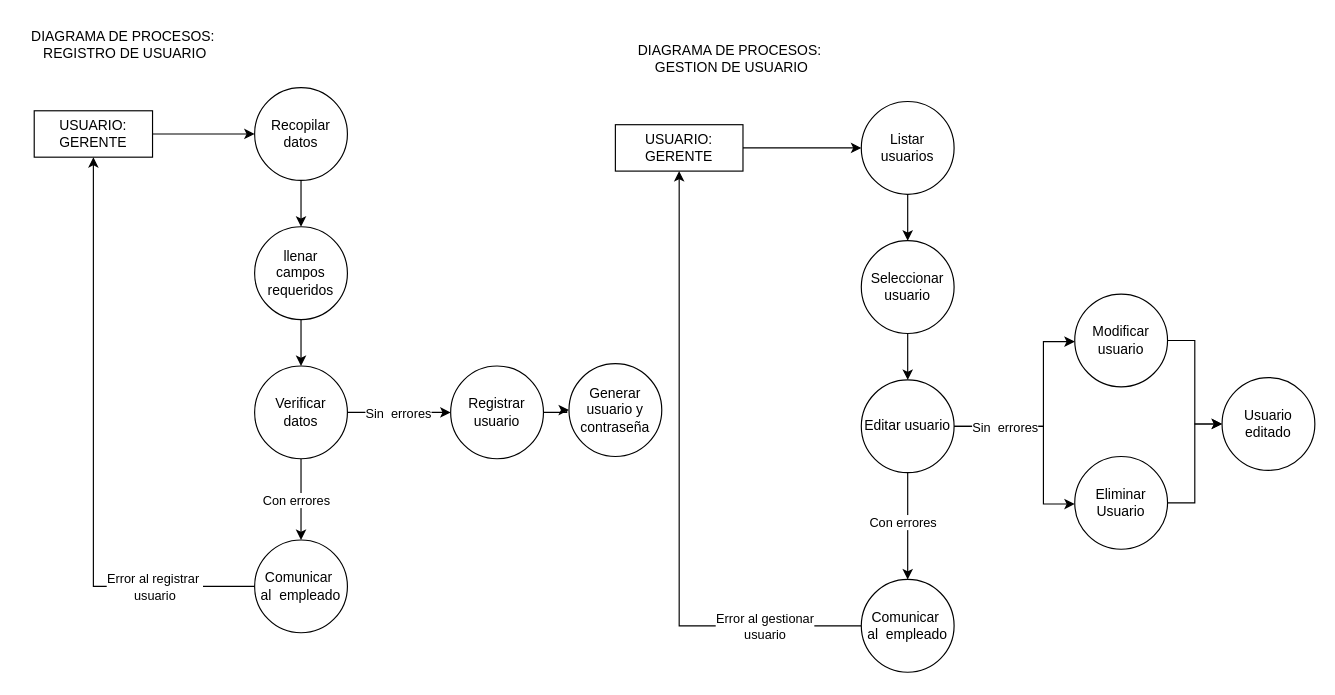
DevMaik-Droid/SistemaVentas keeps this draw.io diagram as page "REGISTRAR USUARIO" (2 of 6) of diagrama de procesos/Diagrama de procesos.drawio. Above is the earlier version. Source tidied: cells renumbered, new cells numbered last; positions are measured from the earlier drawing's top-left corner, leaving out a move shared by most shapes. Both pictures are drawn from the tidied source at 116%, with x=0, y=0 at pixel (20, 20).
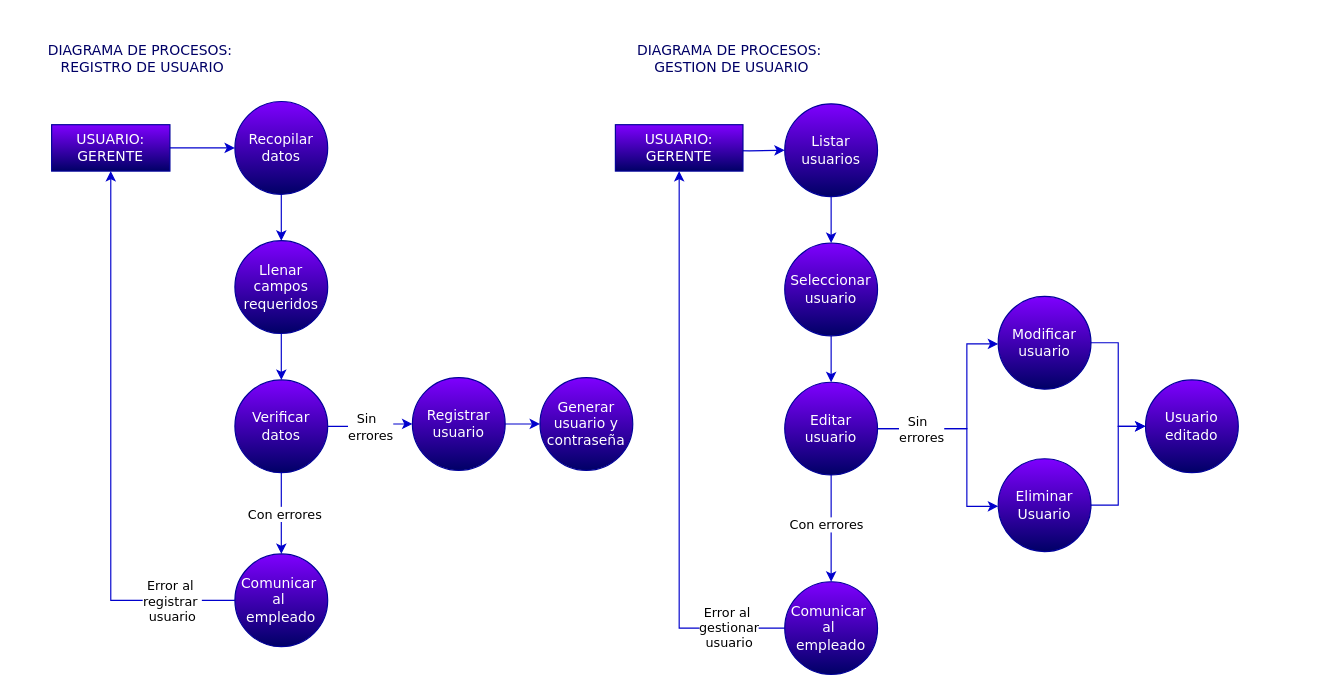
Above is the later version.

The edit, as a diff of the source:
```diff
@@
-<mxGraphModel>
+<mxGraphModel background="#ffffff">
@@
-    <mxCell id="2" value="DIAGRAMA DE PROCESOS:&amp;nbsp;&lt;div&gt;&lt;span style=&quot;background-color: initial;&quot;&gt;REGISTRO DE USUARIO&lt;/span&gt;&lt;/div&gt;" style="text;html=1;align=center;verticalAlign=middle;strokeColor=none;fillColor=none;" parent="1" vertex="1">
-      <mxGeometry width="179" height="41" as="geometry" />
+    <mxCell id="2" value="DIAGRAMA DE PROCESOS:&amp;nbsp;&lt;div&gt;&lt;span style=&quot;background-color: initial;&quot;&gt;REGISTRO DE USUARIO&lt;/span&gt;&lt;/div&gt;" style="text;html=1;align=center;verticalAlign=middle;strokeColor=none;fillColor=none;fontFamily=Verdana;fontColor=#000066;" parent="1" vertex="1">
+      <mxGeometry x="12" y="12" width="186" height="41" as="geometry" />
     </mxCell>
-    <mxCell id="3" style="edgeStyle=orthogonalEdgeStyle;rounded=0;jettySize=auto;html=1;" parent="1" edge="1" source="4" target="6">
+    <mxCell id="3" style="edgeStyle=orthogonalEdgeStyle;rounded=0;jettySize=auto;html=1;labelBorderColor=none;fontFamily=Verdana;strokeColor=#0000CC;" parent="1" edge="1" source="4" target="6">
       <mxGeometry relative="1" as="geometry" />
     </mxCell>
-    <mxCell id="4" value="USUARIO:&lt;div&gt;GERENTE&lt;/div&gt;" style="whiteSpace=wrap;html=1;" parent="1" vertex="1">
-      <mxGeometry x="12" y="78" width="102" height="40" as="geometry" />
+    <mxCell id="4" value="USUARIO:&lt;div&gt;GERENTE&lt;/div&gt;" style="whiteSpace=wrap;html=1;labelBorderColor=none;strokeColor=#000099;fillColor=#7F00FF;fontColor=#ffffff;fontFamily=Verdana;gradientColor=#000066;" parent="1" vertex="1">
+      <mxGeometry x="27" y="90" width="102" height="40" as="geometry" />
     </mxCell>
-    <mxCell id="5" style="edgeStyle=orthogonalEdgeStyle;rounded=0;jettySize=auto;html=1;" parent="1" edge="1" source="6" target="18">
+    <mxCell id="5" style="edgeStyle=orthogonalEdgeStyle;rounded=0;jettySize=auto;html=1;labelBorderColor=none;fontFamily=Verdana;strokeColor=#0000CC;" parent="1" edge="1" source="6" target="18">
       <mxGeometry relative="1" as="geometry" />
     </mxCell>
-    <mxCell id="6" value="&lt;div&gt;Recopilar&lt;/div&gt;&lt;div&gt;datos&lt;/div&gt;" style="ellipse;whiteSpace=wrap;html=1;" parent="1" vertex="1">
-      <mxGeometry x="202" y="58" width="80" height="80" as="geometry" />
+    <mxCell id="6" value="&lt;div&gt;Recopilar&lt;/div&gt;&lt;div&gt;datos&lt;/div&gt;" style="ellipse;whiteSpace=wrap;html=1;labelBorderColor=none;strokeColor=#000099;fillColor=#7F00FF;fontColor=#ffffff;fontFamily=Verdana;gradientColor=#000066;" parent="1" vertex="1">
+      <mxGeometry x="185" y="70" width="80" height="80" as="geometry" />
     </mxCell>
-    <mxCell id="7" style="edgeStyle=orthogonalEdgeStyle;rounded=0;jettySize=auto;html=1;" parent="1" edge="1" source="11" target="14">
+    <mxCell id="7" style="edgeStyle=orthogonalEdgeStyle;rounded=0;jettySize=auto;html=1;labelBorderColor=none;fontFamily=Verdana;strokeColor=#0000CC;" parent="1" edge="1" source="11" target="14">
       <mxGeometry relative="1" as="geometry" />
     </mxCell>
-    <mxCell id="8" value="Con errores" style="edgeLabel;html=1;align=center;verticalAlign=middle;" parent="7" vertex="1">
+    <mxCell id="8" value="&lt;font style=&quot;background-color: rgb(255, 255, 255);&quot; color=&quot;#000000&quot;&gt;Con errores&lt;/font&gt;" style="edgeLabel;html=1;align=center;verticalAlign=middle;labelBorderColor=none;fontFamily=Verdana;" parent="7" vertex="1">
       <mxGeometry x="-0.39" y="-4" relative="1" as="geometry">
-        <mxPoint x="-1" y="14" as="offset" />
+        <mxPoint x="6" y="14" as="offset" />
       </mxGeometry>
     </mxCell>
-    <mxCell id="9" style="edgeStyle=orthogonalEdgeStyle;rounded=0;jettySize=auto;html=1;" parent="1" edge="1" source="11" target="16">
+    <mxCell id="9" style="edgeStyle=orthogonalEdgeStyle;rounded=0;jettySize=auto;html=1;labelBorderColor=none;fontFamily=Verdana;strokeColor=#0000CC;" parent="1" edge="1" source="11" target="16">
       <mxGeometry relative="1" as="geometry" />
     </mxCell>
-    <mxCell id="10" value="Sin&amp;nbsp; errores" style="edgeLabel;html=1;align=center;verticalAlign=middle;" parent="9" vertex="1">
+    <mxCell id="10" value="Sin&amp;nbsp;&amp;nbsp;&lt;div&gt;errores&lt;/div&gt;" style="edgeLabel;html=1;align=center;verticalAlign=middle;labelBorderColor=none;fontFamily=Verdana;fontColor=#000000;labelBackgroundColor=#FFFFFF;" parent="9" vertex="1">
       <mxGeometry x="-0.25" y="-2" relative="1" as="geometry">
-        <mxPoint x="10" y="-2" as="offset" />
+        <mxPoint x="8" y="-2" as="offset" />
       </mxGeometry>
     </mxCell>
-    <mxCell id="11" value="Verificar&lt;div&gt;datos&lt;/div&gt;" style="ellipse;whiteSpace=wrap;html=1;" parent="1" vertex="1">
-      <mxGeometry x="202" y="298" width="80" height="80" as="geometry" />
+    <mxCell id="11" value="Verificar&lt;div&gt;datos&lt;/div&gt;" style="ellipse;whiteSpace=wrap;html=1;labelBorderColor=none;strokeColor=#000099;fillColor=#7F00FF;fontColor=#ffffff;fontFamily=Verdana;gradientColor=#000066;" parent="1" vertex="1">
+      <mxGeometry x="185" y="310" width="80" height="80" as="geometry" />
     </mxCell>
-    <mxCell id="12" style="edgeStyle=orthogonalEdgeStyle;rounded=0;jettySize=auto;html=1;exitX=0;exitY=0.5;exitDx=0;exitDy=0;entryX=0.5;entryY=1;entryDx=0;entryDy=0;" parent="1" edge="1" source="14" target="4">
+    <mxCell id="12" style="edgeStyle=orthogonalEdgeStyle;rounded=0;jettySize=auto;html=1;exitX=0;exitY=0.5;exitDx=0;exitDy=0;entryX=0.5;entryY=1;entryDx=0;entryDy=0;labelBorderColor=none;fontFamily=Verdana;strokeColor=#0000CC;" parent="1" edge="1" source="14" target="4">
       <mxGeometry relative="1" as="geometry" />
     </mxCell>
-    <mxCell id="13" value="Error al registrar&amp;nbsp;&lt;div&gt;usuario&lt;/div&gt;" style="edgeLabel;html=1;align=center;verticalAlign=middle;" parent="12" vertex="1">
-      <mxGeometry x="-0.55" y="-4" relative="1" as="geometry">
-        <mxPoint x="28" y="4" as="offset" />
-      </mxGeometry>
+    <mxCell id="13" value="&lt;font color=&quot;#000000&quot; style=&quot;font-family: Verdana;&quot;&gt;Error al&amp;nbsp;&lt;/font&gt;&lt;div style=&quot;font-family: Verdana;&quot;&gt;&lt;span style=&quot;color: rgb(0, 0, 0);&quot;&gt;registrar&amp;nbsp;&lt;/span&gt;&lt;/div&gt;&lt;div style=&quot;font-family: Verdana;&quot;&gt;&lt;span style=&quot;color: rgb(0, 0, 0);&quot;&gt;usuario&lt;/span&gt;&lt;/div&gt;" style="edgeLabel;html=1;align=center;verticalAlign=middle;labelBackgroundColor=#FFFFFF;" parent="12" vertex="1">
+      <mxGeometry x="-0.77" relative="1" as="geometry" />
     </mxCell>
-    <mxCell id="14" value="Comunicar&amp;nbsp;&lt;div&gt;al&amp;nbsp; empleado&lt;/div&gt;" style="ellipse;whiteSpace=wrap;html=1;" parent="1" vertex="1">
-      <mxGeometry x="202" y="448" width="80" height="80" as="geometry" />
+    <mxCell id="14" value="Comunicar&amp;nbsp;&lt;div&gt;al&amp;nbsp; empleado&lt;/div&gt;" style="ellipse;whiteSpace=wrap;html=1;labelBorderColor=none;strokeColor=#000099;fillColor=#7F00FF;fontColor=#ffffff;fontFamily=Verdana;gradientColor=#000066;" parent="1" vertex="1">
+      <mxGeometry x="185" y="460" width="80" height="80" as="geometry" />
     </mxCell>
-    <mxCell id="15" style="edgeStyle=orthogonalEdgeStyle;rounded=0;jettySize=auto;html=1;" parent="1" edge="1" source="16" target="19">
+    <mxCell id="15" style="edgeStyle=orthogonalEdgeStyle;rounded=0;jettySize=auto;html=1;labelBorderColor=none;fontFamily=Verdana;strokeColor=#0000CC;" parent="1" edge="1" source="16" target="19">
       <mxGeometry relative="1" as="geometry" />
     </mxCell>
-    <mxCell id="16" value="Registrar&lt;div&gt;usuario&lt;/div&gt;" style="ellipse;whiteSpace=wrap;html=1;" parent="1" vertex="1">
-      <mxGeometry x="371" y="298" width="80" height="80" as="geometry" />
+    <mxCell id="16" value="Registrar&lt;div&gt;usuario&lt;/div&gt;" style="ellipse;whiteSpace=wrap;html=1;labelBorderColor=none;strokeColor=#000099;fillColor=#7F00FF;fontColor=#ffffff;fontFamily=Verdana;gradientColor=#000066;" parent="1" vertex="1">
+      <mxGeometry x="338" y="308" width="80" height="80" as="geometry" />
     </mxCell>
-    <mxCell id="17" style="edgeStyle=orthogonalEdgeStyle;rounded=0;jettySize=auto;html=1;" parent="1" edge="1" source="18" target="11">
+    <mxCell id="17" style="edgeStyle=orthogonalEdgeStyle;rounded=0;jettySize=auto;html=1;labelBorderColor=none;fontFamily=Verdana;strokeColor=#0000CC;" parent="1" edge="1" source="18" target="11">
       <mxGeometry relative="1" as="geometry" />
     </mxCell>
-    <mxCell id="18" value="&lt;div&gt;llenar&lt;/div&gt;&lt;div&gt;campos requeridos&lt;/div&gt;" style="ellipse;whiteSpace=wrap;html=1;" parent="1" vertex="1">
-      <mxGeometry x="202" y="178" width="80" height="80" as="geometry" />
+    <mxCell id="18" value="&lt;div&gt;Llenar&lt;/div&gt;&lt;div&gt;campos requeridos&lt;/div&gt;" style="ellipse;whiteSpace=wrap;html=1;labelBorderColor=none;strokeColor=#000099;fillColor=#7F00FF;fontColor=#ffffff;fontFamily=Verdana;gradientColor=#000066;" parent="1" vertex="1">
+      <mxGeometry x="185" y="190" width="80" height="80" as="geometry" />
     </mxCell>
-    <mxCell id="19" value="Generar&lt;div&gt;usuario y&lt;/div&gt;&lt;div&gt;contraseña&lt;/div&gt;" style="ellipse;whiteSpace=wrap;html=1;" parent="1" vertex="1">
-      <mxGeometry x="473" y="296" width="80" height="80" as="geometry" />
+    <mxCell id="19" value="Generar&lt;div&gt;usuario y&lt;/div&gt;&lt;div&gt;contraseña&lt;/div&gt;" style="ellipse;whiteSpace=wrap;html=1;labelBorderColor=none;strokeColor=#000099;fillColor=#7F00FF;fontColor=#ffffff;fontFamily=Verdana;gradientColor=#000066;" parent="1" vertex="1">
+      <mxGeometry x="448" y="308" width="80" height="80" as="geometry" />
     </mxCell>
-    <mxCell id="20" value="DIAGRAMA DE PROCESOS:&amp;nbsp;&lt;div&gt;&lt;span style=&quot;background-color: initial;&quot;&gt;GESTION DE USUARIO&lt;/span&gt;&lt;/div&gt;" style="text;html=1;align=center;verticalAlign=middle;strokeColor=none;fillColor=none;" parent="1" vertex="1">
-      <mxGeometry x="523" y="12" width="179" height="41" as="geometry" />
+    <mxCell id="20" value="DIAGRAMA DE PROCESOS:&amp;nbsp;&lt;div&gt;&lt;span style=&quot;background-color: initial;&quot;&gt;GESTION DE USUARIO&lt;/span&gt;&lt;/div&gt;" style="text;html=1;align=center;verticalAlign=middle;strokeColor=none;fillColor=none;fontFamily=Verdana;fontColor=#000066;" parent="1" vertex="1">
+      <mxGeometry x="520" y="12" width="186" height="41" as="geometry" />
     </mxCell>
-    <mxCell id="21" style="edgeStyle=orthogonalEdgeStyle;rounded=0;jettySize=auto;html=1;" parent="1" edge="1" source="22" target="24">
-      <mxGeometry relative="1" as="geometry" />
+    <mxCell id="21" style="edgeStyle=orthogonalEdgeStyle;rounded=0;jettySize=auto;html=1;fontFamily=Verdana;strokeColor=#0000CC;" parent="1" edge="1" target="24">
+      <mxGeometry relative="1" as="geometry">
+        <mxPoint x="597" y="112" as="sourcePoint" />
+      </mxGeometry>
     </mxCell>
-    <mxCell id="22" value="USUARIO:&lt;div&gt;GERENTE&lt;/div&gt;" style="whiteSpace=wrap;html=1;" parent="1" vertex="1">
+    <mxCell id="22" value="USUARIO:&lt;div&gt;GERENTE&lt;/div&gt;" style="whiteSpace=wrap;html=1;fillColor=#7F00FF;fontColor=#ffffff;strokeColor=#000099;fontFamily=Verdana;gradientColor=#000066;" parent="1" vertex="1">
       <mxGeometry x="513" y="90" width="110" height="40" as="geometry" />
     </mxCell>
-    <mxCell id="23" style="edgeStyle=orthogonalEdgeStyle;rounded=0;jettySize=auto;html=1;" parent="1" edge="1" source="24" target="37">
+    <mxCell id="23" style="edgeStyle=orthogonalEdgeStyle;rounded=0;jettySize=auto;html=1;fontFamily=Verdana;strokeColor=#0000CC;" parent="1" edge="1" source="24" target="37">
       <mxGeometry relative="1" as="geometry" />
     </mxCell>
-    <mxCell id="24" value="Listar&lt;div&gt;usuarios&lt;/div&gt;" style="ellipse;whiteSpace=wrap;html=1;" parent="1" vertex="1">
-      <mxGeometry x="725" y="70" width="80" height="80" as="geometry" />
+    <mxCell id="24" value="Listar&lt;div&gt;usuarios&lt;/div&gt;" style="ellipse;whiteSpace=wrap;html=1;fillColor=#7F00FF;fontColor=#ffffff;strokeColor=#000099;fontFamily=Verdana;gradientColor=#000066;" parent="1" vertex="1">
+      <mxGeometry x="659" y="72" width="80" height="80" as="geometry" />
     </mxCell>
-    <mxCell id="25" style="edgeStyle=orthogonalEdgeStyle;rounded=0;jettySize=auto;html=1;" parent="1" edge="1" source="30" target="33">
+    <mxCell id="25" style="edgeStyle=orthogonalEdgeStyle;rounded=0;jettySize=auto;html=1;fontFamily=Verdana;strokeColor=#0000CC;" parent="1" edge="1" source="30" target="33">
       <mxGeometry relative="1" as="geometry" />
     </mxCell>
-    <mxCell id="26" value="Con errores" style="edgeLabel;html=1;align=center;verticalAlign=middle;" parent="25" vertex="1">
+    <mxCell id="26" value="Con errores" style="edgeLabel;html=1;align=center;verticalAlign=middle;fontFamily=Verdana;fontColor=#000000;labelBackgroundColor=#FFFFFF;" parent="25" vertex="1">
       <mxGeometry x="-0.39" y="-4" relative="1" as="geometry">
         <mxPoint x="-1" y="14" as="offset" />
       </mxGeometry>
     </mxCell>
-    <mxCell id="27" style="edgeStyle=orthogonalEdgeStyle;rounded=0;jettySize=auto;html=1;" parent="1" edge="1" source="30" target="35">
+    <mxCell id="27" style="edgeStyle=orthogonalEdgeStyle;rounded=0;jettySize=auto;html=1;fontFamily=Verdana;strokeColor=#0000CC;" parent="1" edge="1" source="30" target="35">
       <mxGeometry relative="1" as="geometry">
         <Array as="points">
-          <mxPoint x="882" y="350" />
-          <mxPoint x="882" y="277" />
+          <mxPoint x="816" y="352" />
+          <mxPoint x="816" y="279" />
         </Array>
       </mxGeometry>
     </mxCell>
-    <mxCell id="28" style="edgeStyle=orthogonalEdgeStyle;rounded=0;jettySize=auto;html=1;" parent="1" edge="1" source="30" target="39">
+    <mxCell id="28" style="edgeStyle=orthogonalEdgeStyle;rounded=0;jettySize=auto;html=1;fontFamily=Verdana;strokeColor=#0000CC;" parent="1" edge="1" source="30" target="39">
       <mxGeometry relative="1" as="geometry">
         <Array as="points">
-          <mxPoint x="882" y="350" />
-          <mxPoint x="882" y="417" />
+          <mxPoint x="816" y="352" />
+          <mxPoint x="816" y="419" />
         </Array>
       </mxGeometry>
     </mxCell>
-    <mxCell id="29" value="Sin&amp;nbsp; errores" style="edgeLabel;html=1;align=center;verticalAlign=middle;" parent="28" vertex="1">
+    <mxCell id="29" value="Sin&amp;nbsp;&amp;nbsp;&lt;div&gt;errores&lt;/div&gt;" style="edgeLabel;html=1;align=center;verticalAlign=middle;fontFamily=Verdana;fontColor=#000000;labelBackgroundColor=#FFFFFF;" parent="28" vertex="1">
       <mxGeometry x="-0.46" relative="1" as="geometry">
-        <mxPoint x="-3" as="offset" />
+        <mxPoint x="-9" as="offset" />
       </mxGeometry>
     </mxCell>
-    <mxCell id="30" value="Editar usuario" style="ellipse;whiteSpace=wrap;html=1;" parent="1" vertex="1">
-      <mxGeometry x="725" y="310" width="80" height="80" as="geometry" />
+    <mxCell id="30" value="Editar usuario" style="ellipse;whiteSpace=wrap;html=1;fillColor=#7F00FF;fontColor=#ffffff;strokeColor=#000099;fontFamily=Verdana;gradientColor=#000066;" parent="1" vertex="1">
+      <mxGeometry x="659" y="312" width="80" height="80" as="geometry" />
     </mxCell>
-    <mxCell id="31" style="edgeStyle=orthogonalEdgeStyle;rounded=0;jettySize=auto;html=1;exitX=0;exitY=0.5;exitDx=0;exitDy=0;entryX=0.5;entryY=1;entryDx=0;entryDy=0;" parent="1" edge="1" source="33" target="22">
+    <mxCell id="31" style="edgeStyle=orthogonalEdgeStyle;rounded=0;jettySize=auto;html=1;exitX=0;exitY=0.5;exitDx=0;exitDy=0;entryX=0.5;entryY=1;entryDx=0;entryDy=0;fontFamily=Verdana;strokeColor=#0000CC;" parent="1" edge="1" source="33" target="22">
       <mxGeometry relative="1" as="geometry" />
     </mxCell>
-    <mxCell id="32" value="Error al gestionar&lt;div&gt;usuario&lt;/div&gt;" style="edgeLabel;html=1;align=center;verticalAlign=middle;" parent="31" vertex="1">
+    <mxCell id="32" value="Error al&amp;nbsp;&lt;div&gt;gestionar&lt;div&gt;usuario&lt;/div&gt;&lt;/div&gt;" style="edgeLabel;html=1;align=center;verticalAlign=middle;fontFamily=Verdana;fontColor=#000000;labelBackgroundColor=#FFFFFF;" parent="31" vertex="1">
       <mxGeometry x="-0.55" y="-4" relative="1" as="geometry">
-        <mxPoint x="40" y="4" as="offset" />
+        <mxPoint x="38" y="17" as="offset" />
       </mxGeometry>
     </mxCell>
-    <mxCell id="33" value="Comunicar&amp;nbsp;&lt;div&gt;al&amp;nbsp; empleado&lt;/div&gt;" style="ellipse;whiteSpace=wrap;html=1;" parent="1" vertex="1">
-      <mxGeometry x="725" y="482" width="80" height="80" as="geometry" />
+    <mxCell id="33" value="Comunicar&amp;nbsp;&lt;div&gt;al&amp;nbsp; empleado&lt;/div&gt;" style="ellipse;whiteSpace=wrap;html=1;fillColor=#7F00FF;fontColor=#ffffff;strokeColor=#000099;fontFamily=Verdana;gradientColor=#000066;" parent="1" vertex="1">
+      <mxGeometry x="659" y="484" width="80" height="80" as="geometry" />
     </mxCell>
-    <mxCell id="34" style="edgeStyle=orthogonalEdgeStyle;rounded=0;jettySize=auto;html=1;" parent="1" edge="1" source="35" target="40">
+    <mxCell id="34" style="edgeStyle=orthogonalEdgeStyle;rounded=0;jettySize=auto;html=1;fontFamily=Verdana;strokeColor=#0000CC;" parent="1" edge="1" source="35" target="40">
       <mxGeometry relative="1" as="geometry" />
     </mxCell>
-    <mxCell id="35" value="&lt;div&gt;Modificar&lt;/div&gt;&lt;div&gt;usuario&lt;/div&gt;" style="ellipse;whiteSpace=wrap;html=1;" parent="1" vertex="1">
-      <mxGeometry x="909" y="236" width="80" height="80" as="geometry" />
+    <mxCell id="35" value="&lt;div&gt;Modificar&lt;/div&gt;&lt;div&gt;usuario&lt;/div&gt;" style="ellipse;whiteSpace=wrap;html=1;fillColor=#7F00FF;fontColor=#ffffff;strokeColor=#000099;fontFamily=Verdana;gradientColor=#000066;" parent="1" vertex="1">
+      <mxGeometry x="843" y="238" width="80" height="80" as="geometry" />
     </mxCell>
-    <mxCell id="36" style="edgeStyle=orthogonalEdgeStyle;rounded=0;jettySize=auto;html=1;" parent="1" edge="1" source="37" target="30">
+    <mxCell id="36" style="edgeStyle=orthogonalEdgeStyle;rounded=0;jettySize=auto;html=1;fontFamily=Verdana;strokeColor=#0000CC;" parent="1" edge="1" source="37" target="30">
       <mxGeometry relative="1" as="geometry" />
     </mxCell>
-    <mxCell id="37" value="&lt;div&gt;Seleccionar&lt;/div&gt;&lt;div&gt;usuario&lt;/div&gt;" style="ellipse;whiteSpace=wrap;html=1;" parent="1" vertex="1">
-      <mxGeometry x="725" y="190" width="80" height="80" as="geometry" />
+    <mxCell id="37" value="&lt;div&gt;Seleccionar&lt;/div&gt;&lt;div&gt;usuario&lt;/div&gt;" style="ellipse;whiteSpace=wrap;html=1;fillColor=#7F00FF;fontColor=#ffffff;strokeColor=#000099;fontFamily=Verdana;gradientColor=#000066;" parent="1" vertex="1">
+      <mxGeometry x="659" y="192" width="80" height="80" as="geometry" />
     </mxCell>
-    <mxCell id="38" style="edgeStyle=orthogonalEdgeStyle;rounded=0;jettySize=auto;html=1;" parent="1" edge="1" source="39" target="40">
+    <mxCell id="38" style="edgeStyle=orthogonalEdgeStyle;rounded=0;jettySize=auto;html=1;fontFamily=Verdana;strokeColor=#0000CC;" parent="1" edge="1" source="39" target="40">
       <mxGeometry relative="1" as="geometry" />
     </mxCell>
-    <mxCell id="39" value="Eliminar&lt;div&gt;Usuario&lt;/div&gt;" style="ellipse;whiteSpace=wrap;html=1;" parent="1" vertex="1">
-      <mxGeometry x="909" y="376" width="80" height="80" as="geometry" />
+    <mxCell id="39" value="Eliminar&lt;div&gt;Usuario&lt;/div&gt;" style="ellipse;whiteSpace=wrap;html=1;fillColor=#7F00FF;fontColor=#ffffff;strokeColor=#000099;fontFamily=Verdana;gradientColor=#000066;" parent="1" vertex="1">
+      <mxGeometry x="843" y="378" width="80" height="80" as="geometry" />
     </mxCell>
-    <mxCell id="40" value="Usuario&lt;div&gt;editado&lt;/div&gt;" style="ellipse;whiteSpace=wrap;html=1;" parent="1" vertex="1">
-      <mxGeometry x="1036" y="308" width="80" height="80" as="geometry" />
+    <mxCell id="40" value="Usuario&lt;div&gt;editado&lt;/div&gt;" style="ellipse;whiteSpace=wrap;html=1;fillColor=#7F00FF;fontColor=#ffffff;strokeColor=#000099;fontFamily=Verdana;gradientColor=#000066;" parent="1" vertex="1">
+      <mxGeometry x="970" y="310" width="80" height="80" as="geometry" />
     </mxCell>
```
